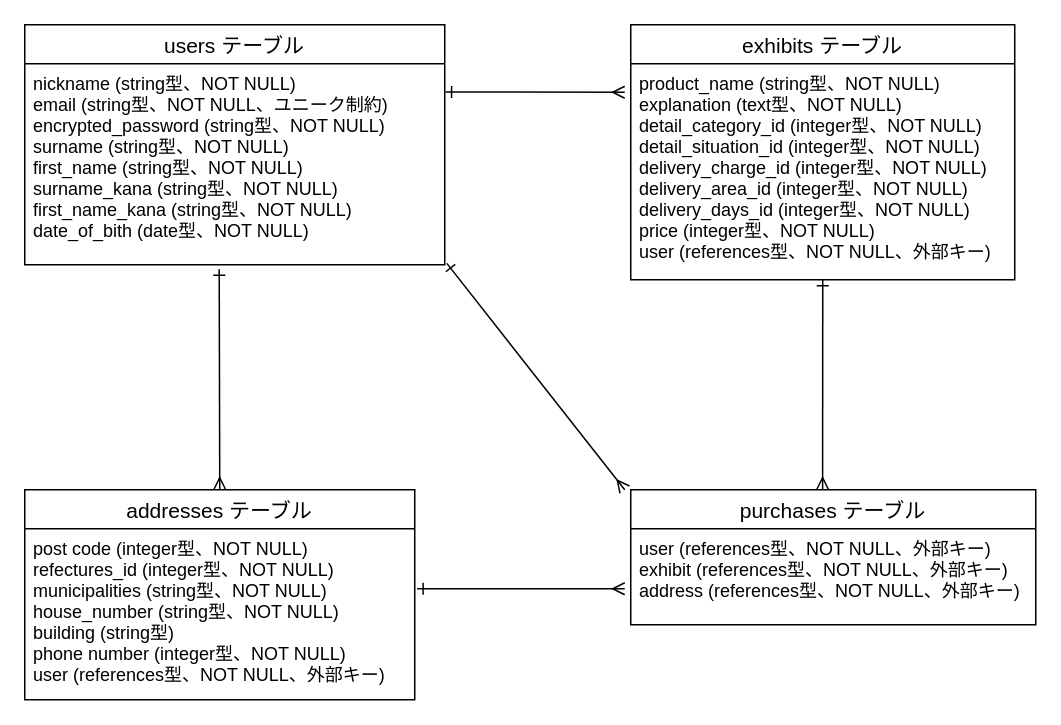
Above: furima.dio in oomasayuki/furima-38200 (draw.io), before the change. Source tidied: cells renumbered, new cells numbered last; positions are measured from the earlier drawing's top-left corner, leaving out a move shared by most shapes. Both pictures are drawn from the tidied source at 150%, with x=0, y=0 at pixel (24, 24).
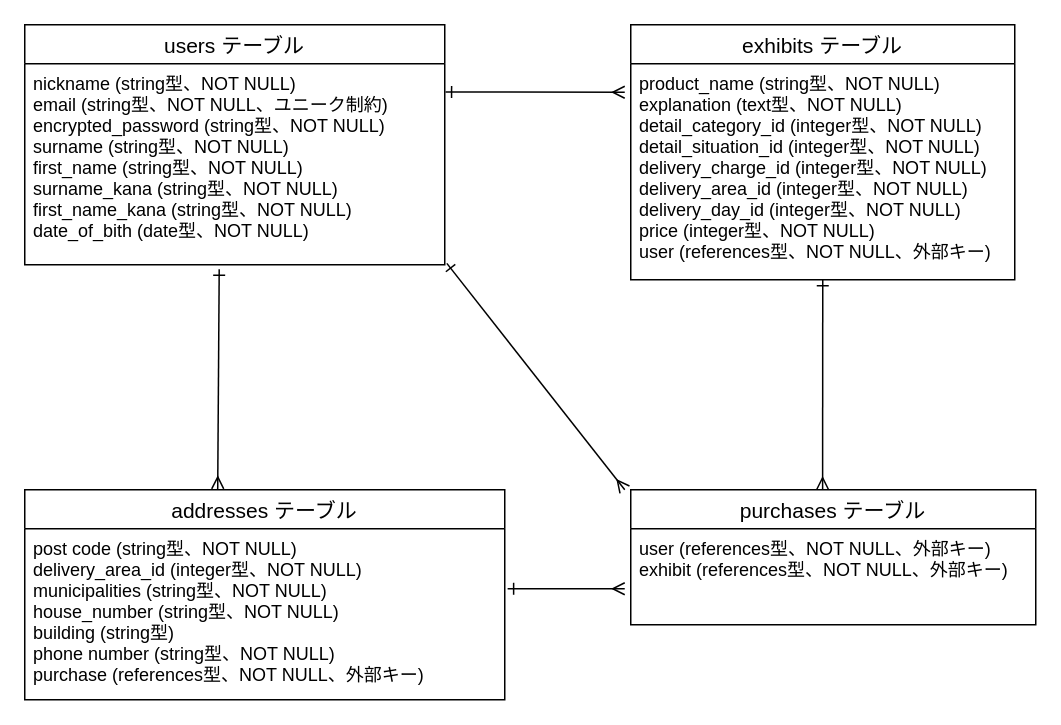
After the change.

Commit message (it also covers changes not shown here):
データベース設計修正2

What changed in the source:
```diff
@@
 <mxGraphModel>
   <root>
     <mxCell id="0" />
     <mxCell id="1" parent="0" />
     <mxCell id="2" value="users テーブル" style="swimlane;fontStyle=0;horizontal=1;startSize=26;align=center;fontSize=14;" parent="1" vertex="1">
       <mxGeometry width="280" height="160" as="geometry" />
     </mxCell>
     <mxCell id="3" value="nickname (string型、NOT NULL)&#10;email (string型、NOT NULL、ユニーク制約)&#10;encrypted_password (string型、NOT NULL)&#10;surname (string型、NOT NULL)&#10;first_name (string型、NOT NULL)&#10;surname_kana (string型、NOT NULL)&#10;first_name_kana (string型、NOT NULL)&#10;date_of_bith (date型、NOT NULL)&#10;" style="text;strokeColor=none;fillColor=none;spacingLeft=4;spacingRight=4;overflow=hidden;points=[[0,0.5],[1,0.5]];portConstraint=eastwest;fontSize=12;" parent="2" vertex="1">
       <mxGeometry y="26" width="280" height="134" as="geometry" />
     </mxCell>
     <mxCell id="4" value="exhibits テーブル" style="swimlane;fontStyle=0;horizontal=1;startSize=26;align=center;fontSize=14;" parent="1" vertex="1">
       <mxGeometry x="404" width="256" height="170" as="geometry" />
     </mxCell>
-    <mxCell id="5" value="product_name (string型、NOT NULL)&#10;explanation (text型、NOT NULL)&#10;detail_category_id (integer型、NOT NULL)&#10;detail_situation_id (integer型、NOT NULL)&#10;delivery_charge_id (integer型、NOT NULL)&#10;delivery_area_id (integer型、NOT NULL)&#10;delivery_days_id (integer型、NOT NULL)&#10;price (integer型、NOT NULL)&#10;user (references型、NOT NULL、外部キー)" style="text;strokeColor=none;fillColor=none;spacingLeft=4;spacingRight=4;overflow=hidden;fontSize=12;" parent="4" vertex="1">
+    <mxCell id="5" value="product_name (string型、NOT NULL)&#10;explanation (text型、NOT NULL)&#10;detail_category_id (integer型、NOT NULL)&#10;detail_situation_id (integer型、NOT NULL)&#10;delivery_charge_id (integer型、NOT NULL)&#10;delivery_area_id (integer型、NOT NULL)&#10;delivery_day_id (integer型、NOT NULL)&#10;price (integer型、NOT NULL)&#10;user (references型、NOT NULL、外部キー)" style="text;strokeColor=none;fillColor=none;spacingLeft=4;spacingRight=4;overflow=hidden;fontSize=12;" parent="4" vertex="1">
       <mxGeometry y="26" width="256" height="144" as="geometry" />
     </mxCell>
     <mxCell id="6" value="addresses テーブル" style="swimlane;fontStyle=0;horizontal=1;startSize=26;align=center;fontSize=14;" parent="1" vertex="1">
-      <mxGeometry y="310" width="260" height="140" as="geometry" />
+      <mxGeometry y="310" width="320" height="140" as="geometry" />
     </mxCell>
-    <mxCell id="7" value="post code (integer型、NOT NULL)&#10;refectures_id (integer型、NOT NULL)&#10;municipalities (string型、NOT NULL)&#10;house_number (string型、NOT NULL)&#10;building (string型)&#10;phone number (integer型、NOT NULL)&#10;user (references型、NOT NULL、外部キー)" style="text;strokeColor=none;fillColor=none;spacingLeft=4;spacingRight=4;overflow=hidden;points=[[0,0.5],[1,0.5]];portConstraint=eastwest;fontSize=12;" parent="6" vertex="1">
-      <mxGeometry y="26" width="260" height="114" as="geometry" />
+    <mxCell id="7" value="post code (string型、NOT NULL)&#10;delivery_area_id (integer型、NOT NULL)&#10;municipalities (string型、NOT NULL)&#10;house_number (string型、NOT NULL)&#10;building (string型)&#10;phone number (string型、NOT NULL)&#10;purchase (references型、NOT NULL、外部キー)" style="text;strokeColor=none;fillColor=none;spacingLeft=4;spacingRight=4;overflow=hidden;points=[[0,0.5],[1,0.5]];portConstraint=eastwest;fontSize=12;" parent="6" vertex="1">
+      <mxGeometry y="26" width="320" height="114" as="geometry" />
     </mxCell>
     <mxCell id="8" style="edgeStyle=none;html=1;exitX=1.002;exitY=0.14;exitDx=0;exitDy=0;endArrow=ERmany;endFill=0;startArrow=ERone;startFill=0;exitPerimeter=0;" parent="1" edge="1" source="3">
       <mxGeometry relative="1" as="geometry">
         <mxPoint x="400" y="45" as="targetPoint" />
       </mxGeometry>
     </mxCell>
     <mxCell id="9" value="purchases テーブル" style="swimlane;fontStyle=0;horizontal=1;startSize=26;align=center;fontSize=14;" parent="1" vertex="1">
       <mxGeometry x="404" y="310" width="270" height="90" as="geometry" />
     </mxCell>
-    <mxCell id="10" value="user (references型、NOT NULL、外部キー)&#10;exhibit (references型、NOT NULL、外部キー)&#10;address (references型、NOT NULL、外部キー)" style="text;strokeColor=none;fillColor=none;spacingLeft=4;spacingRight=4;overflow=hidden;fontSize=12;" parent="9" vertex="1">
+    <mxCell id="10" value="user (references型、NOT NULL、外部キー)&#10;exhibit (references型、NOT NULL、外部キー)" style="text;strokeColor=none;fillColor=none;spacingLeft=4;spacingRight=4;overflow=hidden;fontSize=12;" parent="9" vertex="1">
       <mxGeometry y="26" width="270" height="64" as="geometry" />
     </mxCell>
-    <mxCell id="11" style="edgeStyle=none;html=1;startArrow=ERmany;startFill=0;endArrow=ERone;endFill=0;exitX=0.5;exitY=0;exitDx=0;exitDy=0;entryX=0.463;entryY=1.022;entryDx=0;entryDy=0;entryPerimeter=0;" parent="1" edge="1" source="6" target="3">
+    <mxCell id="11" style="edgeStyle=none;html=1;startArrow=ERmany;startFill=0;endArrow=ERone;endFill=0;exitX=0.402;exitY=-0.004;exitDx=0;exitDy=0;entryX=0.463;entryY=1.022;entryDx=0;entryDy=0;entryPerimeter=0;exitPerimeter=0;" parent="1" edge="1" source="6" target="3">
       <mxGeometry relative="1" as="geometry" />
     </mxCell>
     <mxCell id="12" style="edgeStyle=none;html=1;startArrow=ERmany;startFill=0;endArrow=ERone;endFill=0;exitX=0.5;exitY=0;exitDx=0;exitDy=0;" parent="1" edge="1">
       <mxGeometry relative="1" as="geometry">
         <mxPoint x="531.9" y="310" as="sourcePoint" />
         <mxPoint x="532" y="170" as="targetPoint" />
       </mxGeometry>
     </mxCell>
     <mxCell id="13" style="edgeStyle=none;html=1;startArrow=ERmany;startFill=0;endArrow=ERone;endFill=0;entryX=1.005;entryY=0.993;entryDx=0;entryDy=0;entryPerimeter=0;" parent="1" edge="1" target="3">
       <mxGeometry relative="1" as="geometry">
         <mxPoint x="400" y="310" as="sourcePoint" />
       </mxGeometry>
     </mxCell>
     <mxCell id="14" style="edgeStyle=none;html=1;startArrow=ERmany;startFill=0;endArrow=ERone;endFill=0;entryX=1.006;entryY=0.351;entryDx=0;entryDy=0;entryPerimeter=0;" parent="1" edge="1" target="7">
       <mxGeometry relative="1" as="geometry">
         <mxPoint x="400" y="376" as="sourcePoint" />
       </mxGeometry>
     </mxCell>
   </root>
 </mxGraphModel>
```
